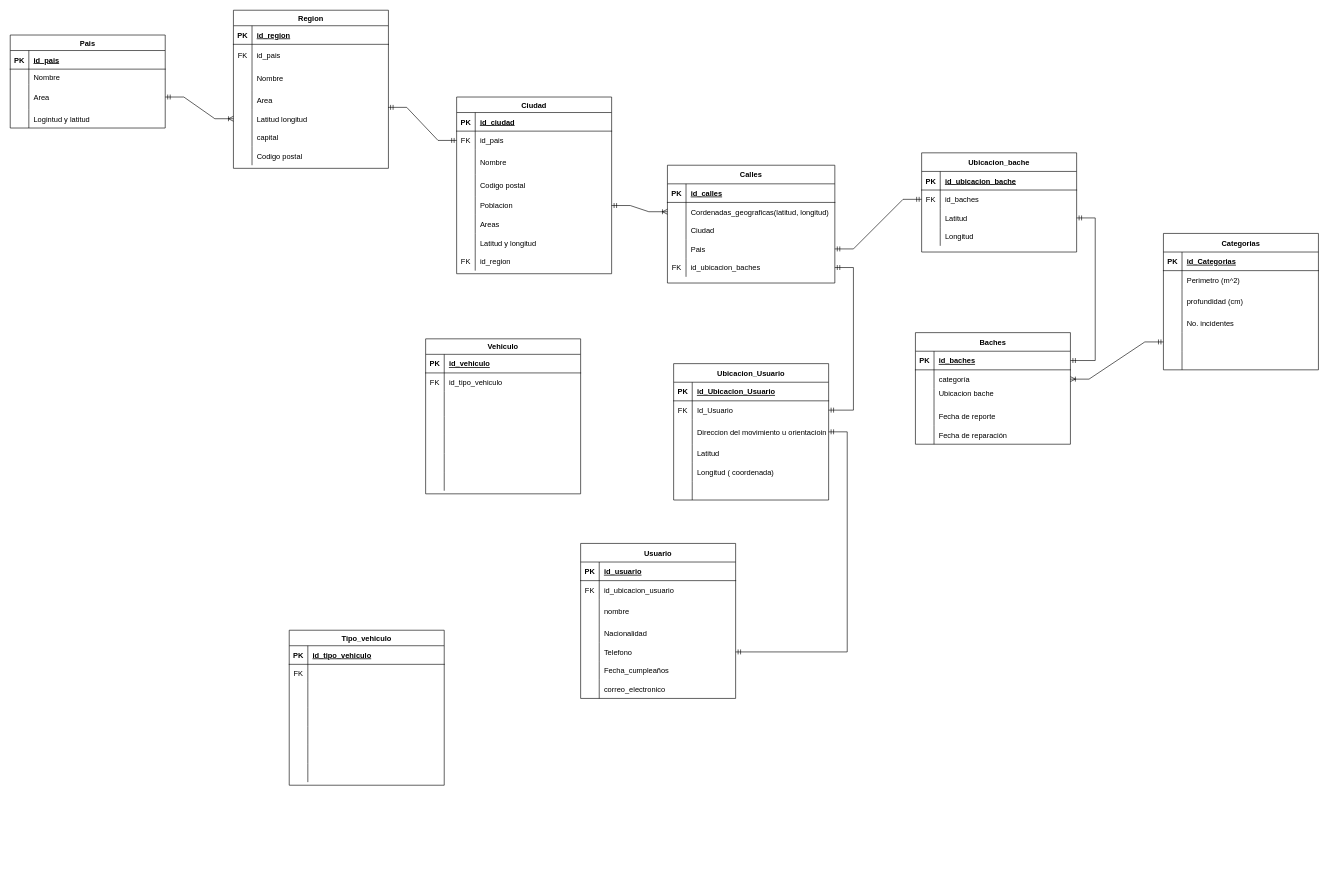
josearpa123/Movilidad-ubanaBD keeps this draw.io diagram as MER/Diagrama sin título.drawio. Above is the earlier version. Source tidied: cells renumbered, new cells numbered last; positions are measured from the earlier drawing's top-left corner, leaving out a move shared by most shapes. Both pictures are drawn from the tidied source at 62%, with x=0, y=0 at pixel (10, 10).
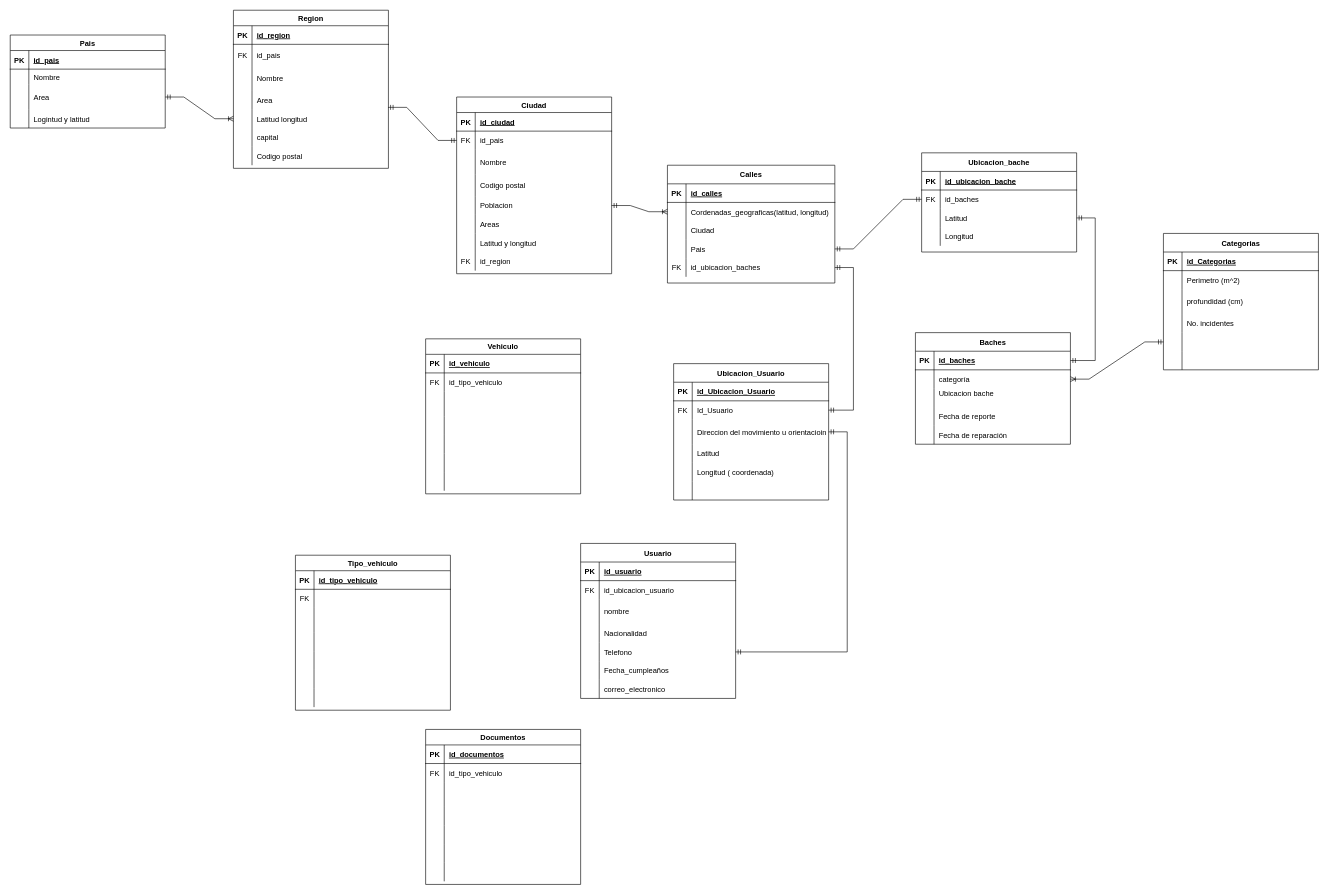
The same diagram, later.

Commit message:
analizar si va documentos

Change to the diagram source:
```diff
@@
     <mxCell id="182" value="Tipo_vehiculo" style="shape=table;startSize=25;childLayout=tableLayout;rowLines=0;fontStyle=1;align=center;" parent="1" vertex="1">
-      <mxGeometry x="450" y="1000" width="250" height="250" as="geometry" />
+      <mxGeometry x="460" y="879" width="250" height="250" as="geometry" />
     </mxCell>
@@
+    <mxCell id="219" value="Documentos" style="shape=table;startSize=25;childLayout=tableLayout;rowLines=0;fontStyle=1;align=center;" parent="1" vertex="1">
+      <mxGeometry x="670" y="1160" width="250" height="250" as="geometry" />
+    </mxCell>
+    <mxCell id="220" style="shape=partialRectangle;fillColor=none;top=0;left=0;right=0;bottom=1;" parent="219" vertex="1">
+      <mxGeometry y="25" width="250" height="30" as="geometry" />
+    </mxCell>
+    <mxCell id="221" value="PK" style="shape=partialRectangle;overflow=hidden;fillColor=none;top=0;left=0;bottom=0;right=0;fontStyle=1;" parent="220" vertex="1">
+      <mxGeometry width="30" height="30" as="geometry" />
+    </mxCell>
+    <mxCell id="222" value="id_documentos" style="shape=partialRectangle;overflow=hidden;fillColor=none;top=0;left=0;bottom=0;right=0;align=left;spacingLeft=6;fontStyle=5;" parent="220" vertex="1">
+      <mxGeometry x="30" width="220" height="30" as="geometry" />
+    </mxCell>
+    <mxCell id="223" style="shape=partialRectangle;fillColor=none;top=0;left=0;right=0;bottom=0;" parent="219" vertex="1">
+      <mxGeometry y="55" width="250" height="30" as="geometry" />
+    </mxCell>
+    <mxCell id="224" value="FK" style="shape=partialRectangle;overflow=hidden;fillColor=none;top=0;left=0;bottom=0;right=0;" parent="223" vertex="1">
+      <mxGeometry width="30" height="30" as="geometry" />
+    </mxCell>
+    <mxCell id="225" value="id_tipo_vehiculo" style="shape=partialRectangle;overflow=hidden;fillColor=none;top=0;left=0;bottom=0;right=0;align=left;spacingLeft=6;" parent="223" vertex="1">
+      <mxGeometry x="30" width="220" height="30" as="geometry" />
+    </mxCell>
+    <mxCell id="226" style="shape=partialRectangle;fillColor=none;top=0;left=0;right=0;bottom=0;" parent="219" vertex="1">
+      <mxGeometry y="85" width="250" height="40" as="geometry" />
+    </mxCell>
+    <mxCell id="227" style="shape=partialRectangle;overflow=hidden;fillColor=none;top=0;left=0;bottom=0;right=0;" parent="226" vertex="1">
+      <mxGeometry width="30" height="40" as="geometry" />
+    </mxCell>
+    <mxCell id="228" style="shape=partialRectangle;overflow=hidden;fillColor=none;top=0;left=0;bottom=0;right=0;align=left;spacingLeft=6;" parent="226" vertex="1">
+      <mxGeometry x="30" width="220" height="40" as="geometry" />
+    </mxCell>
+    <mxCell id="229" style="shape=partialRectangle;fillColor=none;top=0;left=0;right=0;bottom=0;" parent="219" vertex="1">
+      <mxGeometry y="125" width="250" height="30" as="geometry" />
+    </mxCell>
+    <mxCell id="230" style="shape=partialRectangle;overflow=hidden;fillColor=none;top=0;left=0;bottom=0;right=0;" parent="229" vertex="1">
+      <mxGeometry width="30" height="30" as="geometry" />
+    </mxCell>
+    <mxCell id="231" style="shape=partialRectangle;overflow=hidden;fillColor=none;top=0;left=0;bottom=0;right=0;align=left;spacingLeft=6;" parent="229" vertex="1">
+      <mxGeometry x="30" width="220" height="30" as="geometry" />
+    </mxCell>
+    <mxCell id="232" style="shape=partialRectangle;fillColor=none;top=0;left=0;right=0;bottom=0;" parent="219" vertex="1">
+      <mxGeometry y="155" width="250" height="30" as="geometry" />
+    </mxCell>
+    <mxCell id="233" style="shape=partialRectangle;overflow=hidden;fillColor=none;top=0;left=0;bottom=0;right=0;" parent="232" vertex="1">
+      <mxGeometry width="30" height="30" as="geometry" />
+    </mxCell>
+    <mxCell id="234" style="shape=partialRectangle;overflow=hidden;fillColor=none;top=0;left=0;bottom=0;right=0;align=left;spacingLeft=6;" parent="232" vertex="1">
+      <mxGeometry x="30" width="220" height="30" as="geometry" />
+    </mxCell>
+    <mxCell id="235" style="shape=partialRectangle;fillColor=none;top=0;left=0;right=0;bottom=0;" parent="219" vertex="1">
+      <mxGeometry y="185" width="250" height="30" as="geometry" />
+    </mxCell>
+    <mxCell id="236" style="shape=partialRectangle;overflow=hidden;fillColor=none;top=0;left=0;bottom=0;right=0;" parent="235" vertex="1">
+      <mxGeometry width="30" height="30" as="geometry" />
+    </mxCell>
+    <mxCell id="237" style="shape=partialRectangle;overflow=hidden;fillColor=none;top=0;left=0;bottom=0;right=0;align=left;spacingLeft=6;" parent="235" vertex="1">
+      <mxGeometry x="30" width="220" height="30" as="geometry" />
+    </mxCell>
+    <mxCell id="238" style="shape=partialRectangle;fillColor=none;top=0;left=0;right=0;bottom=0;" parent="219" vertex="1">
+      <mxGeometry y="215" width="250" height="30" as="geometry" />
+    </mxCell>
+    <mxCell id="239" style="shape=partialRectangle;overflow=hidden;fillColor=none;top=0;left=0;bottom=0;right=0;" parent="238" vertex="1">
+      <mxGeometry width="30" height="30" as="geometry" />
+    </mxCell>
+    <mxCell id="240" style="shape=partialRectangle;overflow=hidden;fillColor=none;top=0;left=0;bottom=0;right=0;align=left;spacingLeft=6;" parent="238" vertex="1">
+      <mxGeometry x="30" width="220" height="30" as="geometry" />
+    </mxCell>
```
